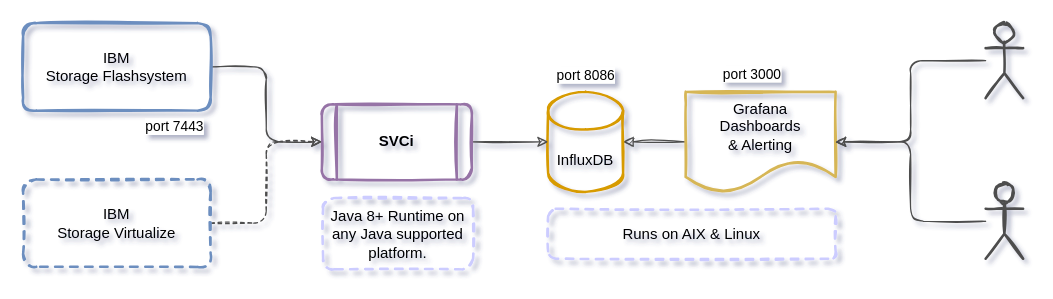
This is doc/SVCi.drawio from mnellemann/svci, a draw.io file, before an edit. Source tidied: cells renumbered, new cells numbered last; positions are measured from the earlier drawing's top-left corner, leaving out a move shared by most shapes. Both pictures are drawn from the tidied source at 125%, with x=0, y=0 at pixel (22, 22).
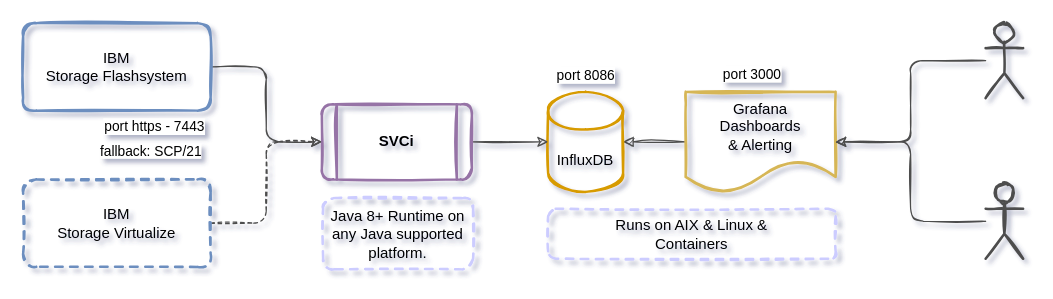
After the change.

The change refers to these unchanged cells:
```xml
<mxCell id="7" style="edgeStyle=orthogonalEdgeStyle;rounded=1;jettySize=auto;html=1;sketch=1;startArrow=none;startFill=0;endArrow=classic;endFill=1;strokeWidth=1;strokeColor=#4D4D4D;" parent="1" edge="1" source="9" target="5">
  <mxGeometry relative="1" as="geometry" />
</mxCell>
```

What changed in the source:
```diff
@@
-    <mxCell id="8" value="&lt;font style=&quot;background-color: rgb(255, 255, 255);&quot; color=&quot;#000000&quot;&gt;port 7443&lt;/font&gt;" style="edgeLabel;html=1;align=center;verticalAlign=middle;" parent="7" vertex="1">
+    <mxCell id="8" value="&lt;span style=&quot;color: rgb(0, 0, 0); background-color: rgb(255, 255, 255);&quot;&gt;port https - 7443&lt;/span&gt;" style="edgeLabel;html=1;align=center;verticalAlign=middle;" parent="7" vertex="1">
       <mxGeometry x="-0.46" y="-3" relative="1" as="geometry">
-        <mxPoint x="-70" y="44" as="offset" />
+        <mxPoint x="-86" y="44" as="offset" />
       </mxGeometry>
     </mxCell>
@@
-    <mxCell id="12" value="&lt;font color=&quot;#000000&quot;&gt;Runs on AIX &amp;amp; Linux&lt;/font&gt;" style="rounded=1;whiteSpace=wrap;html=1;dashed=1;fillColor=none;gradientColor=none;sketch=1;strokeWidth=2;strokeColor=#CCCCFF;" parent="1" vertex="1">
+    <mxCell id="12" value="&lt;font color=&quot;#000000&quot;&gt;Runs on AIX &amp;amp; Linux &amp;amp;&lt;br&gt;Containers&lt;/font&gt;" style="rounded=1;whiteSpace=wrap;html=1;dashed=1;fillColor=none;gradientColor=none;sketch=1;strokeWidth=2;strokeColor=#CCCCFF;" parent="1" vertex="1">
       <mxGeometry x="420" y="148.5" width="230" height="40" as="geometry" />
     </mxCell>
@@
+    <mxCell id="20" value="&lt;div style=&quot;text-align: center;&quot;&gt;&lt;font color=&quot;#000000&quot;&gt;&lt;span style=&quot;font-size: 11px; background-color: rgb(255, 255, 255);&quot;&gt;fallback: SCP/21&lt;/span&gt;&lt;/font&gt;&lt;/div&gt;" style="text;whiteSpace=wrap;html=1;" parent="1" vertex="1">
+      <mxGeometry x="60" y="88.5" width="90" height="40" as="geometry" />
+    </mxCell>
```
